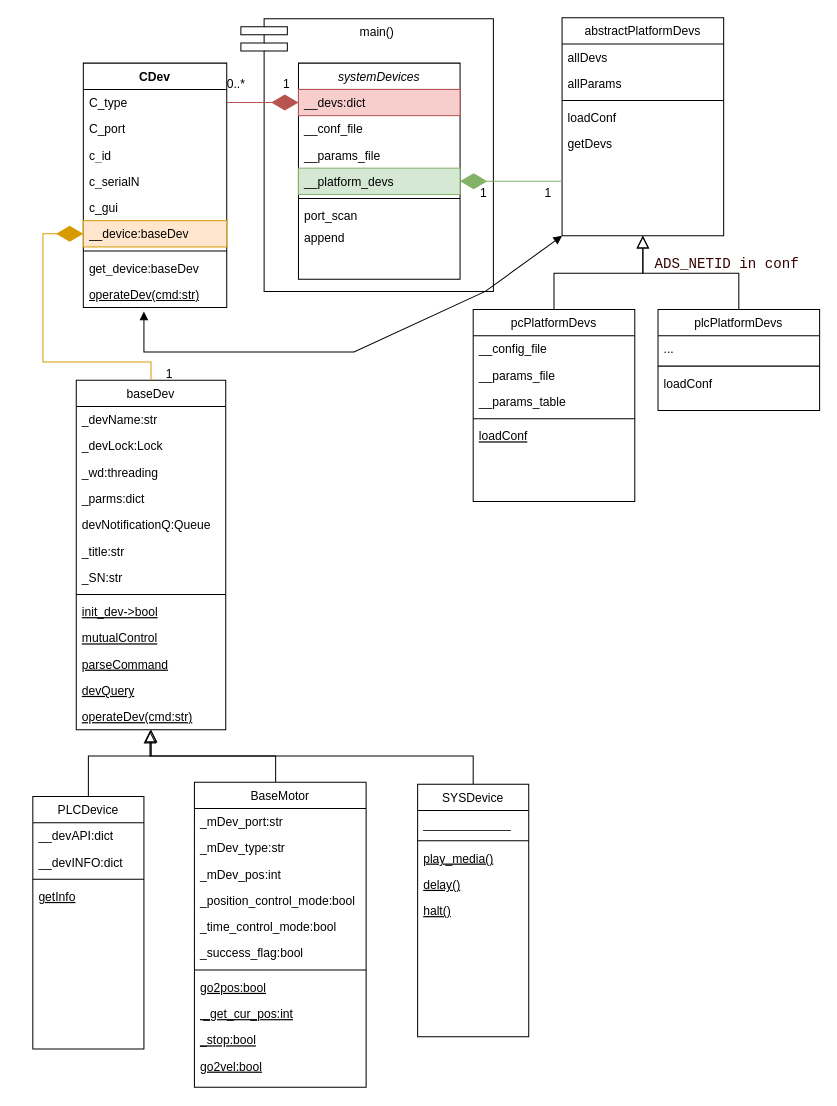
lvoldman/v5 keeps this draw.io diagram as page "Conf & devs" (1 of 2) of v5 class diagram.drawio. Above is the earlier version. Source tidied: cells renumbered, new cells numbered last; positions are measured from the earlier drawing's top-left corner, leaving out a move shared by most shapes. Both pictures are drawn from the tidied source at 101%, with x=0, y=0 at pixel (32, 17).
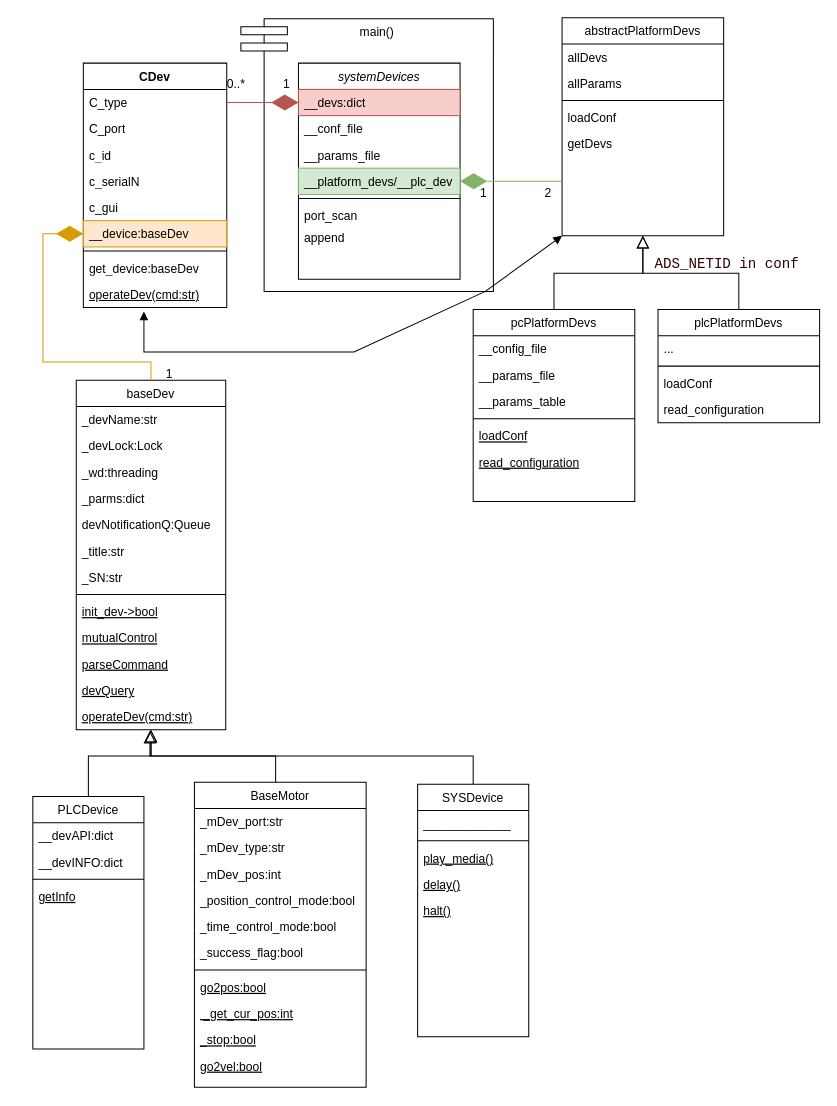
Above is the later version.

The change refers to these unchanged cells:
```xml
<mxCell id="3" value="systemDevices" style="swimlane;fontStyle=2;align=center;verticalAlign=top;horizontal=1;startSize=26;rounded=0;shadow=0;strokeWidth=1;" parent="1" vertex="1">
  <mxGeometry x="263" y="45" width="160" height="214" as="geometry" />
</mxCell>
<mxCell id="11" value="pcPlatformDevs" style="swimlane;fontStyle=0;align=center;verticalAlign=top;horizontal=1;startSize=26;rounded=0;shadow=0;strokeWidth=1;" parent="1" vertex="1">
  <mxGeometry x="436" y="289" width="160" height="190" as="geometry" />
</mxCell>
```

What changed in the source:
```diff
@@
-    <mxCell id="7" value="__platform_devs" style="text;align=left;verticalAlign=top;spacingLeft=4;spacingRight=4;overflow=hidden;points=[[0,0.5],[1,0.5]];portConstraint=eastwest;rounded=0;shadow=0;html=0;fillColor=#d5e8d4;strokeColor=#82b366;" parent="3" vertex="1">
+    <mxCell id="7" value="__platform_devs/__plc_dev" style="text;align=left;verticalAlign=top;spacingLeft=4;spacingRight=4;overflow=hidden;points=[[0,0.5],[1,0.5]];portConstraint=eastwest;rounded=0;shadow=0;html=0;fillColor=#d5e8d4;strokeColor=#82b366;" parent="3" vertex="1">
       <mxGeometry y="104" width="160" height="26" as="geometry" />
     </mxCell>
@@
-    <mxCell id="16" value="loadConf" style="text;align=left;verticalAlign=top;spacingLeft=4;spacingRight=4;overflow=hidden;fontStyle=4;" parent="11" vertex="1">
+    <mxCell id="16" value="loadConf&#10;" style="text;align=left;verticalAlign=top;spacingLeft=4;spacingRight=4;overflow=hidden;fontStyle=4;" parent="11" vertex="1">
       <mxGeometry y="112" width="160" height="26" as="geometry" />
     </mxCell>
+    <mxCell id="89" value="read_configuration" style="text;align=left;verticalAlign=top;spacingLeft=4;spacingRight=4;overflow=hidden;fontStyle=4;" parent="11" vertex="1">
+      <mxGeometry y="138" width="160" height="26" as="geometry" />
+    </mxCell>
@@
     <mxCell id="18" value="plcPlatformDevs" style="swimlane;fontStyle=0;align=center;verticalAlign=top;horizontal=1;startSize=26;rounded=0;shadow=0;strokeWidth=1;" parent="1" vertex="1">
-      <mxGeometry x="619" y="289" width="160" height="100" as="geometry" />
+      <mxGeometry x="619" y="289" width="160" height="112" as="geometry" />
     </mxCell>
@@
+    <mxCell id="90" value="read_configuration" style="text;align=left;verticalAlign=top;spacingLeft=4;spacingRight=4;overflow=hidden;" parent="18" vertex="1">
+      <mxGeometry y="86" width="160" height="26" as="geometry" />
+    </mxCell>
@@
-    <mxCell id="41" value="1" style="text;html=1;align=center;verticalAlign=middle;strokeColor=none;fillColor=none;" parent="1" vertex="1">
+    <mxCell id="41" value="2" style="text;html=1;align=center;verticalAlign=middle;strokeColor=none;fillColor=none;" parent="1" vertex="1">
       <mxGeometry x="495" y="159" width="30" height="30" as="geometry" />
     </mxCell>
```
